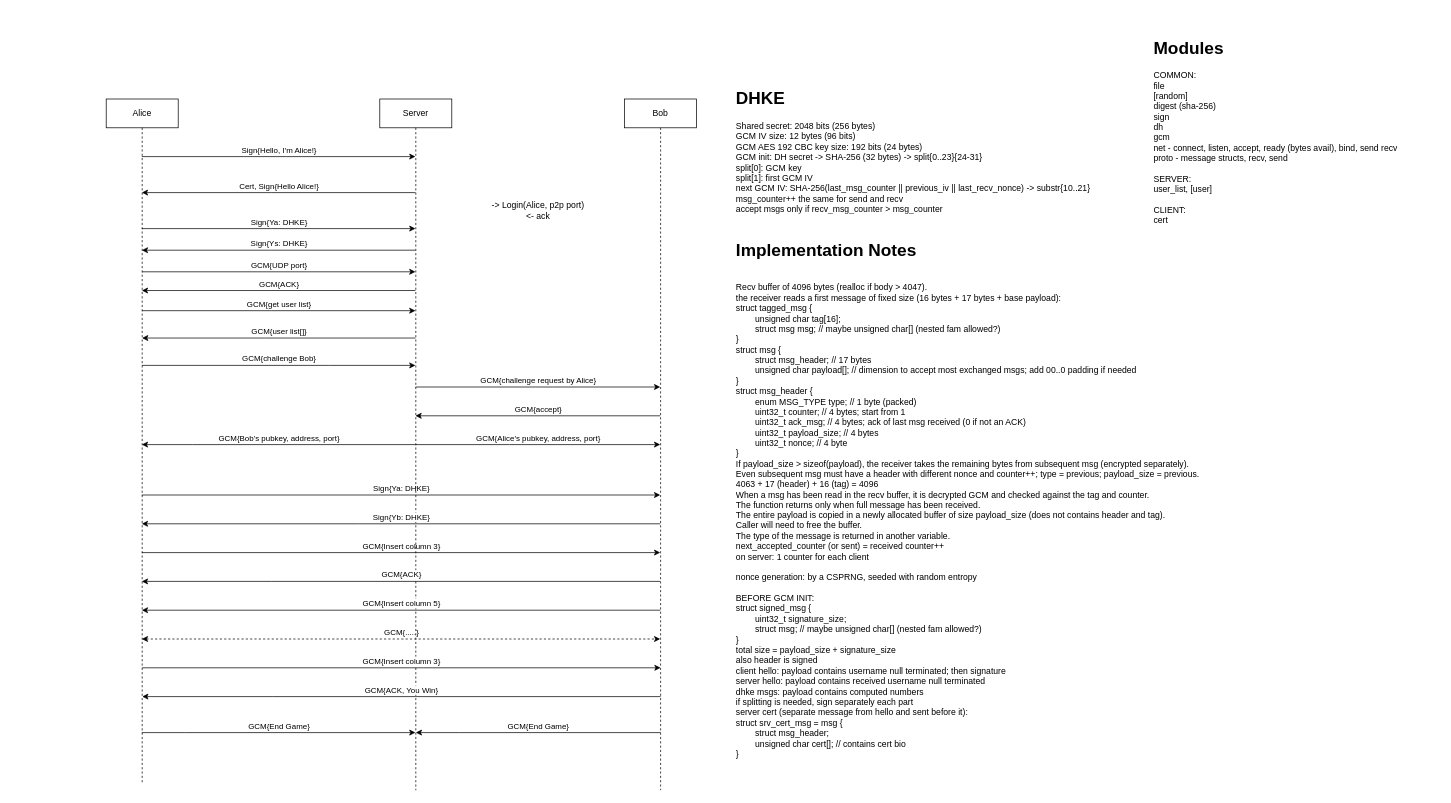
Earlier version of the draw.io diagram diagrams/proto.drawio (SpeedJack/foc-fiar). Source tidied: cells renumbered, new cells numbered last; positions are measured from the earlier drawing's top-left corner, leaving out a move shared by most shapes. Both pictures are drawn from the tidied source at 72%, with x=0, y=0 at pixel (106, 34).
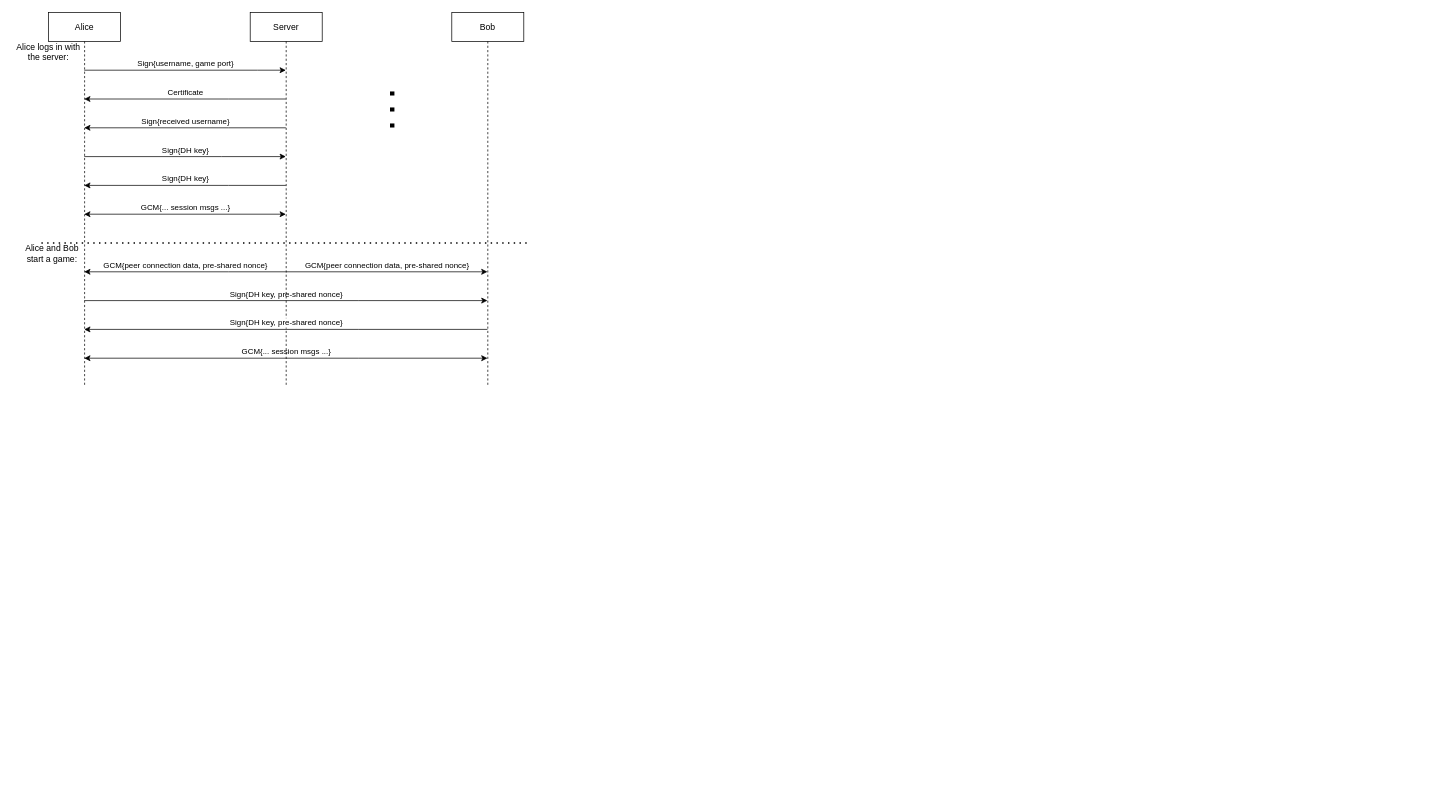
The same page after the edit.

Commit message:
Add key establishment diagram

Diff of the diagram source:
```diff
@@
-    <mxCell id="0" />
-    <mxCell id="1" parent="0" />
-    <mxCell id="2" value="Sign{Hello, I'm Alice!}" style="rounded=0;jettySize=auto;html=1;labelPosition=center;verticalLabelPosition=top;align=center;verticalAlign=bottom;" parent="1" edge="1" source="11" target="18">
-      <mxGeometry relative="1" as="geometry">
-        <Array as="points">
-          <mxPoint x="250" y="170" />
-        </Array>
-      </mxGeometry>
-    </mxCell>
-    <mxCell id="3" value="Sign{Ya: DHKE}" style="edgeStyle=none;rounded=0;jettySize=auto;html=1;labelPosition=center;verticalLabelPosition=top;align=center;verticalAlign=bottom;" parent="1" edge="1" source="11" target="18">
-      <mxGeometry relative="1" as="geometry">
-        <Array as="points">
-          <mxPoint x="230" y="270" />
-        </Array>
-      </mxGeometry>
-    </mxCell>
-    <mxCell id="4" value="GCM{get user list}" style="edgeStyle=none;rounded=0;orthogonalLoop=1;jettySize=auto;html=1;labelPosition=center;verticalLabelPosition=top;align=center;verticalAlign=bottom;" parent="1" edge="1">
-      <mxGeometry relative="1" as="geometry">
-        <mxPoint x="49.8" y="384" as="sourcePoint" />
-        <mxPoint x="429.5" y="384" as="targetPoint" />
-        <Array as="points">
-          <mxPoint x="230" y="384" />
-        </Array>
-      </mxGeometry>
-    </mxCell>
-    <mxCell id="5" value="GCM{challenge Bob}" style="edgeStyle=none;rounded=0;orthogonalLoop=1;jettySize=auto;html=1;labelPosition=center;verticalLabelPosition=top;align=center;verticalAlign=bottom;" parent="1" edge="1">
-      <mxGeometry relative="1" as="geometry">
-        <mxPoint x="49.8" y="460" as="sourcePoint" />
-        <mxPoint x="429.5" y="460" as="targetPoint" />
-        <Array as="points">
-          <mxPoint x="310" y="460" />
-        </Array>
-      </mxGeometry>
-    </mxCell>
-    <mxCell id="6" value="Sign{Ya: DHKE}" style="edgeStyle=none;rounded=0;jettySize=auto;html=1;labelPosition=center;verticalLabelPosition=top;align=center;verticalAlign=bottom;" parent="1" edge="1" source="11" target="23">
-      <mxGeometry relative="1" as="geometry">
-        <Array as="points">
-          <mxPoint x="400" y="640" />
-        </Array>
-      </mxGeometry>
-    </mxCell>
-    <mxCell id="7" value="GCM{Insert column 3}" style="edgeStyle=none;rounded=0;jettySize=auto;html=1;labelPosition=center;verticalLabelPosition=top;align=center;verticalAlign=bottom;" parent="1" edge="1" source="11" target="23">
-      <mxGeometry relative="1" as="geometry">
-        <Array as="points">
-          <mxPoint x="440" y="720" />
-        </Array>
-      </mxGeometry>
-    </mxCell>
-    <mxCell id="8" value="GCM{.....}" style="edgeStyle=none;rounded=0;jettySize=auto;html=1;dashed=1;labelPosition=center;verticalLabelPosition=top;align=center;verticalAlign=bottom;startArrow=classic;startFill=1;" parent="1" edge="1" source="11" target="23">
-      <mxGeometry relative="1" as="geometry">
-        <Array as="points">
-          <mxPoint x="360" y="840" />
-        </Array>
-      </mxGeometry>
-    </mxCell>
-    <mxCell id="9" value="GCM{End Game}" style="edgeStyle=none;rounded=0;jettySize=auto;html=1;startArrow=none;startFill=0;labelPosition=center;verticalLabelPosition=top;align=center;verticalAlign=bottom;" parent="1" edge="1" source="11" target="18">
-      <mxGeometry relative="1" as="geometry">
-        <Array as="points">
-          <mxPoint x="110" y="970" />
-        </Array>
-      </mxGeometry>
-    </mxCell>
-    <mxCell id="10" value="GCM{UDP port}" style="rounded=0;orthogonalLoop=1;jettySize=auto;html=1;labelPosition=center;verticalLabelPosition=top;align=center;verticalAlign=bottom;" parent="1" edge="1">
-      <mxGeometry relative="1" as="geometry">
-        <mxPoint x="49.8" y="330" as="sourcePoint" />
-        <mxPoint x="429.5" y="330" as="targetPoint" />
-      </mxGeometry>
-    </mxCell>
+    <mxCell id="32" />
+    <mxCell id="33" parent="32" />
+    <mxCell id="34" value="Sign{username, game port}" style="rounded=0;jettySize=auto;html=1;labelPosition=center;verticalLabelPosition=top;align=center;verticalAlign=bottom;" parent="33" edge="1" source="11" target="18">
+      <mxGeometry relative="1" as="geometry">
+        <Array as="points">
+          <mxPoint x="210" y="50" />
+        </Array>
+      </mxGeometry>
+    </mxCell>
+    <mxCell id="35" value="Sign{DH key}" style="edgeStyle=none;rounded=0;jettySize=auto;html=1;labelPosition=center;verticalLabelPosition=top;align=center;verticalAlign=bottom;" parent="33" edge="1" source="11" target="18">
+      <mxGeometry relative="1" as="geometry">
+        <Array as="points">
+          <mxPoint x="160" y="170" />
+        </Array>
+      </mxGeometry>
+    </mxCell>
+    <mxCell id="36" value="GCM{... session msgs ...}" style="edgeStyle=none;rounded=0;jettySize=auto;html=1;labelPosition=center;verticalLabelPosition=top;align=center;verticalAlign=bottom;startArrow=classic;startFill=1;" parent="33" edge="1" source="11" target="18">
+      <mxGeometry relative="1" as="geometry">
+        <Array as="points">
+          <mxPoint x="190" y="250" />
+        </Array>
+      </mxGeometry>
+    </mxCell>
+    <mxCell id="37" value="Sign{DH key, pre-shared nonce}" style="edgeStyle=none;rounded=0;jettySize=auto;html=1;labelPosition=center;verticalLabelPosition=top;align=center;verticalAlign=bottom;" parent="33" edge="1" source="11" target="23">
+      <mxGeometry relative="1" as="geometry">
+        <Array as="points">
+          <mxPoint x="350" y="370" />
+        </Array>
+      </mxGeometry>
+    </mxCell>
+    <mxCell id="38" value="GCM{... session msgs ...}" style="edgeStyle=none;rounded=0;jettySize=auto;html=1;labelPosition=center;verticalLabelPosition=top;align=center;verticalAlign=bottom;startArrow=classic;startFill=1;" parent="33" edge="1" source="11" target="23">
+      <mxGeometry relative="1" as="geometry">
+        <Array as="points">
+          <mxPoint x="350" y="450" />
+        </Array>
+      </mxGeometry>
+    </mxCell>
-    <mxCell id="11" value="Alice" style="shape=umlLifeline;perimeter=lifelinePerimeter;whiteSpace=wrap;html=1;outlineConnect=0;" parent="1" vertex="1">
-      <mxGeometry y="90" width="100" height="950" as="geometry" />
+    <mxCell id="11" value="Alice" style="shape=umlLifeline;perimeter=lifelinePerimeter;whiteSpace=wrap;html=1;outlineConnect=0;" parent="33" vertex="1">
+      <mxGeometry x="-80" y="-30" width="100" height="520" as="geometry" />
     </mxCell>
-    <mxCell id="12" value="Cert, Sign{Hello Alice!}" style="edgeStyle=none;rounded=0;jettySize=auto;html=1;labelPosition=center;verticalLabelPosition=top;align=center;verticalAlign=bottom;" parent="1" edge="1" source="18" target="11">
-      <mxGeometry relative="1" as="geometry">
-        <Array as="points">
-          <mxPoint x="230" y="220" />
-        </Array>
-      </mxGeometry>
-    </mxCell>
-    <mxCell id="13" value="Sign{Ys: DHKE}" style="edgeStyle=none;rounded=0;jettySize=auto;html=1;labelPosition=center;verticalLabelPosition=top;align=center;verticalAlign=bottom;" parent="1" edge="1" source="18" target="11">
-      <mxGeometry relative="1" as="geometry">
-        <Array as="points">
-          <mxPoint x="230" y="300" />
-        </Array>
-      </mxGeometry>
-    </mxCell>
-    <mxCell id="14" value="GCM{user list[]}" style="edgeStyle=none;rounded=0;orthogonalLoop=1;jettySize=auto;html=1;labelPosition=center;verticalLabelPosition=top;align=center;verticalAlign=bottom;" parent="1" edge="1">
-      <mxGeometry relative="1" as="geometry">
-        <mxPoint x="429.5" y="422" as="sourcePoint" />
-        <mxPoint x="49.8" y="422" as="targetPoint" />
-        <Array as="points">
-          <mxPoint x="220" y="422" />
-        </Array>
-      </mxGeometry>
-    </mxCell>
-    <mxCell id="15" value="GCM{challenge request by Alice}" style="edgeStyle=none;rounded=0;jettySize=auto;html=1;labelPosition=center;verticalLabelPosition=top;align=center;verticalAlign=bottom;" parent="1" edge="1" source="18" target="23">
-      <mxGeometry relative="1" as="geometry">
-        <Array as="points">
-          <mxPoint x="620" y="490" />
-        </Array>
-      </mxGeometry>
-    </mxCell>
-    <mxCell id="16" value="GCM{Bob's pubkey, address, port}" style="edgeStyle=none;rounded=0;jettySize=auto;html=1;labelPosition=center;verticalLabelPosition=top;align=center;verticalAlign=bottom;" parent="1" edge="1" source="18" target="11">
-      <mxGeometry relative="1" as="geometry">
-        <Array as="points">
-          <mxPoint x="120" y="570" />
-        </Array>
-      </mxGeometry>
-    </mxCell>
-    <mxCell id="17" value="GCM{ACK}" style="edgeStyle=none;rounded=0;orthogonalLoop=1;jettySize=auto;html=1;labelPosition=center;verticalLabelPosition=top;align=center;verticalAlign=bottom;" parent="1" edge="1">
-      <mxGeometry relative="1" as="geometry">
-        <mxPoint x="429.5" y="356" as="sourcePoint" />
-        <mxPoint x="49.5" y="356" as="targetPoint" />
-      </mxGeometry>
-    </mxCell>
+    <mxCell id="39" value="Sign{received username}" style="edgeStyle=none;rounded=0;jettySize=auto;html=1;labelPosition=center;verticalLabelPosition=top;align=center;verticalAlign=bottom;" parent="33" edge="1" source="18" target="11">
+      <mxGeometry relative="1" as="geometry">
+        <Array as="points">
+          <mxPoint x="170" y="130" />
+        </Array>
+      </mxGeometry>
+    </mxCell>
+    <mxCell id="40" value="Certificate" style="edgeStyle=none;rounded=0;jettySize=auto;html=1;labelPosition=center;verticalLabelPosition=top;align=center;verticalAlign=bottom;" parent="33" edge="1" source="18" target="11">
+      <mxGeometry relative="1" as="geometry">
+        <Array as="points">
+          <mxPoint x="170" y="90" />
+        </Array>
+      </mxGeometry>
+    </mxCell>
+    <mxCell id="41" value="Sign{DH key}" style="edgeStyle=none;rounded=0;jettySize=auto;html=1;labelPosition=center;verticalLabelPosition=top;align=center;verticalAlign=bottom;" parent="33" edge="1" source="18" target="11">
+      <mxGeometry relative="1" as="geometry">
+        <Array as="points">
+          <mxPoint x="170" y="210" />
+        </Array>
+      </mxGeometry>
+    </mxCell>
+    <mxCell id="42" value="GCM{peer connection data, pre-shared nonce}" style="edgeStyle=none;rounded=0;jettySize=auto;html=1;labelPosition=center;verticalLabelPosition=top;align=center;verticalAlign=bottom;" parent="33" edge="1" source="18" target="11">
+      <mxGeometry relative="1" as="geometry">
+        <Array as="points">
+          <mxPoint x="170" y="330" />
+        </Array>
+      </mxGeometry>
+    </mxCell>
+    <mxCell id="43" value="GCM{peer connection data, pre-shared nonce}" style="edgeStyle=none;rounded=0;jettySize=auto;html=1;labelPosition=center;verticalLabelPosition=top;align=center;verticalAlign=bottom;" parent="33" edge="1" source="18" target="23">
+      <mxGeometry relative="1" as="geometry">
+        <Array as="points">
+          <mxPoint x="520" y="330" />
+        </Array>
+      </mxGeometry>
+    </mxCell>
-    <mxCell id="18" value="Server" style="shape=umlLifeline;perimeter=lifelinePerimeter;whiteSpace=wrap;html=1;outlineConnect=0;" parent="1" vertex="1">
-      <mxGeometry x="380" y="90" width="100" height="960" as="geometry" />
+    <mxCell id="18" value="Server" style="shape=umlLifeline;perimeter=lifelinePerimeter;whiteSpace=wrap;html=1;outlineConnect=0;" parent="33" vertex="1">
+      <mxGeometry x="200" y="-30" width="100" height="520" as="geometry" />
     </mxCell>
-    <mxCell id="19" value="GCM{accept}" style="edgeStyle=none;rounded=0;jettySize=auto;html=1;labelPosition=center;verticalLabelPosition=top;align=center;verticalAlign=bottom;" parent="1" edge="1" source="23" target="18">
-      <mxGeometry relative="1" as="geometry">
-        <Array as="points">
-          <mxPoint x="580" y="530" />
-        </Array>
-      </mxGeometry>
-    </mxCell>
-    <mxCell id="20" value="Sign{Yb: DHKE}" style="edgeStyle=none;rounded=0;jettySize=auto;html=1;labelPosition=center;verticalLabelPosition=top;align=center;verticalAlign=bottom;" parent="1" edge="1" source="23" target="11">
-      <mxGeometry relative="1" as="geometry">
-        <Array as="points">
-          <mxPoint x="350" y="680" />
-        </Array>
-      </mxGeometry>
-    </mxCell>
-    <mxCell id="21" value="GCM{ACK}" style="edgeStyle=none;rounded=0;jettySize=auto;html=1;labelPosition=center;verticalLabelPosition=top;align=center;verticalAlign=bottom;" parent="1" edge="1" source="23" target="11">
-      <mxGeometry relative="1" as="geometry">
-        <Array as="points">
-          <mxPoint x="230" y="760" />
-        </Array>
-      </mxGeometry>
-    </mxCell>
-    <mxCell id="22" value="GCM{Insert column 5}" style="edgeStyle=none;rounded=0;jettySize=auto;html=1;labelPosition=center;verticalLabelPosition=top;align=center;verticalAlign=bottom;" parent="1" edge="1" source="23" target="11">
-      <mxGeometry relative="1" as="geometry">
-        <Array as="points">
-          <mxPoint x="300" y="800" />
-        </Array>
-      </mxGeometry>
-    </mxCell>
+    <mxCell id="44" value="Sign{DH key, pre-shared nonce}" style="edgeStyle=none;rounded=0;jettySize=auto;html=1;labelPosition=center;verticalLabelPosition=top;align=center;verticalAlign=bottom;" parent="33" edge="1" source="23" target="11">
+      <mxGeometry relative="1" as="geometry">
+        <Array as="points">
+          <mxPoint x="350" y="410" />
+        </Array>
+      </mxGeometry>
+    </mxCell>
-    <mxCell id="23" value="Bob" style="shape=umlLifeline;perimeter=lifelinePerimeter;whiteSpace=wrap;html=1;outlineConnect=0;" parent="1" vertex="1">
-      <mxGeometry x="720" y="90" width="100" height="960" as="geometry" />
+    <mxCell id="23" value="Bob" style="shape=umlLifeline;perimeter=lifelinePerimeter;whiteSpace=wrap;html=1;outlineConnect=0;" parent="33" vertex="1">
+      <mxGeometry x="480" y="-30" width="100" height="520" as="geometry" />
     </mxCell>
-    <mxCell id="24" value="GCM{Alice's pubkey, address, port}" style="edgeStyle=none;rounded=0;jettySize=auto;html=1;labelPosition=center;verticalLabelPosition=top;align=center;verticalAlign=bottom;" parent="1" edge="1" source="18" target="23">
-      <mxGeometry relative="1" as="geometry">
-        <Array as="points">
-          <mxPoint x="560" y="570" />
-        </Array>
-      </mxGeometry>
-    </mxCell>
-    <mxCell id="25" value="GCM{Insert column 3}" style="edgeStyle=none;rounded=0;orthogonalLoop=1;jettySize=auto;html=1;labelPosition=center;verticalLabelPosition=top;align=center;verticalAlign=bottom;" parent="1" edge="1">
-      <mxGeometry relative="1" as="geometry">
-        <mxPoint x="50" y="880" as="sourcePoint" />
-        <mxPoint x="770" y="880" as="targetPoint" />
-        <Array as="points">
-          <mxPoint x="440.5" y="880" />
-        </Array>
-      </mxGeometry>
-    </mxCell>
-    <mxCell id="26" value="GCM{ACK, You Win}" style="edgeStyle=none;rounded=0;orthogonalLoop=1;jettySize=auto;html=1;labelPosition=center;verticalLabelPosition=top;align=center;verticalAlign=bottom;" parent="1" edge="1">
-      <mxGeometry relative="1" as="geometry">
-        <mxPoint x="770" y="920" as="sourcePoint" />
-        <mxPoint x="50" y="920" as="targetPoint" />
-        <Array as="points">
-          <mxPoint x="230.5" y="920" />
-        </Array>
-      </mxGeometry>
-    </mxCell>
-    <mxCell id="27" value="GCM{End Game}" style="edgeStyle=none;rounded=0;orthogonalLoop=1;jettySize=auto;html=1;startArrow=classic;startFill=1;labelPosition=center;verticalLabelPosition=top;align=center;verticalAlign=bottom;endArrow=none;endFill=0;" parent="1" edge="1">
-      <mxGeometry relative="1" as="geometry">
-        <mxPoint x="430" y="970" as="sourcePoint" />
-        <mxPoint x="770" y="970" as="targetPoint" />
-        <Array as="points">
-          <mxPoint x="490.5" y="970" />
-        </Array>
-      </mxGeometry>
-    </mxCell>
-    <mxCell id="28" value="&lt;h1&gt;DHKE&lt;br&gt;&lt;/h1&gt;&lt;div&gt;&lt;div&gt;Shared secret: 2048 bits (256 bytes)&lt;br&gt;&lt;/div&gt;&lt;div&gt;GCM IV size: 12 bytes (96 bits)&lt;br&gt;GCM AES 192 CBC key size: 192 bits (24 bytes)&lt;/div&gt;GCM init: DH secret -&amp;gt; SHA-256 (32 bytes) -&amp;gt; split{0..23}{24-31}&lt;br&gt;split[0]: GCM key&lt;br&gt;split[1]: first GCM IV&lt;br&gt;next GCM IV: SHA-256(last_msg_counter || previous_iv || last_recv_nonce) -&amp;gt; substr{10..21}&lt;br&gt;msg_counter++ the same for send and recv&lt;br&gt;accept msgs only if recv_msg_counter &amp;gt; msg_counter&lt;br&gt;&lt;/div&gt;" style="text;html=1;strokeColor=none;fillColor=none;spacing=5;spacingTop=-20;whiteSpace=wrap;overflow=hidden;rounded=0;" parent="1" vertex="1">
-      <mxGeometry x="870" y="70" width="570" height="190" as="geometry" />
-    </mxCell>
-    <mxCell id="29" value="-&amp;gt; Login(Alice, p2p port)&lt;br&gt;&amp;lt;- ack" style="text;html=1;strokeColor=none;fillColor=none;align=center;verticalAlign=middle;whiteSpace=wrap;rounded=0;" parent="1" vertex="1">
-      <mxGeometry x="500" y="230" width="200" height="30" as="geometry" />
-    </mxCell>
-    <mxCell id="30" value="&lt;h1&gt;Implementation Notes&lt;br&gt;&lt;/h1&gt;&lt;div&gt;&lt;br&gt;&lt;/div&gt;&lt;div&gt;Recv buffer of 4096 bytes (realloc if body &amp;gt; 4047).&lt;br&gt;&lt;/div&gt;&lt;div&gt;the receiver reads a first message of fixed size (16 bytes + 17 bytes + base payload):&lt;br&gt;struct tagged_msg {&lt;br&gt;&amp;nbsp;&amp;nbsp;&amp;nbsp;&amp;nbsp;&amp;nbsp;&amp;nbsp;&amp;nbsp; unsigned char tag[16];&lt;br&gt;&amp;nbsp;&amp;nbsp;&amp;nbsp;&amp;nbsp;&amp;nbsp;&amp;nbsp;&amp;nbsp; struct msg msg; // maybe unsigned char[] (nested fam allowed?)&lt;br&gt;&lt;/div&gt;&lt;div&gt;}&lt;br&gt;struct msg {&lt;br&gt;&lt;/div&gt;&lt;div&gt;&amp;nbsp;&amp;nbsp;&amp;nbsp;&amp;nbsp;&amp;nbsp;&amp;nbsp;&amp;nbsp; struct msg_header; // 17 bytes&lt;br&gt;&lt;/div&gt;&lt;div&gt;&amp;nbsp;&amp;nbsp;&amp;nbsp;&amp;nbsp;&amp;nbsp;&amp;nbsp;&amp;nbsp; unsigned char payload[]; // dimension to accept most exchanged msgs; add 00..0 padding if needed&lt;br&gt;&lt;/div&gt;&lt;div&gt;}&lt;br&gt;struct msg_header {&lt;br&gt;&amp;nbsp;&amp;nbsp;&amp;nbsp;&amp;nbsp;&amp;nbsp;&amp;nbsp;&amp;nbsp; enum MSG_TYPE type; // 1 byte (packed)&lt;br&gt;&lt;/div&gt;&lt;div&gt;&amp;nbsp;&amp;nbsp;&amp;nbsp;&amp;nbsp;&amp;nbsp;&amp;nbsp;&amp;nbsp; uint32_t counter; // 4 bytes; start from 1&lt;br&gt;&amp;nbsp;&amp;nbsp;&amp;nbsp;&amp;nbsp;&amp;nbsp;&amp;nbsp;&amp;nbsp; uint32_t ack_msg; // 4 bytes; ack of last msg received (0 if not an ACK)&lt;br&gt;&amp;nbsp;&amp;nbsp;&amp;nbsp;&amp;nbsp;&amp;nbsp;&amp;nbsp;&amp;nbsp; uint32_t payload_size; // 4 bytes&lt;/div&gt;&lt;div&gt;&amp;nbsp;&amp;nbsp;&amp;nbsp;&amp;nbsp;&amp;nbsp;&amp;nbsp;&amp;nbsp; uint32_t nonce; // 4 byte&lt;br&gt;&lt;/div&gt;&lt;div&gt;}&lt;br&gt;If payload_size &amp;gt; sizeof(payload), the receiver takes the remaining bytes from subsequent msg (encrypted separately).&lt;br&gt;Even subsequent msg must have a header with different nonce and counter++; type = previous; payload_size = previous.&lt;br&gt;4063 + 17 (header) + 16 (tag) = 4096&lt;br&gt;&lt;/div&gt;&lt;div&gt;When a msg has been read in the recv buffer, it is decrypted GCM and checked against the tag and counter.&lt;br&gt;The function returns only when full message has been received.&lt;br&gt;&lt;/div&gt;&lt;div&gt;The entire payload is copied in a newly allocated buffer of size payload_size (does not contains header and tag).&lt;/div&gt;&lt;div&gt;Caller will need to free the buffer.&lt;/div&gt;&lt;div&gt;The type of the message is returned in another variable.&lt;/div&gt;&lt;div&gt;next_accepted_counter (or sent) = received counter++&lt;br&gt;on server: 1 counter for each client&lt;br&gt;&lt;/div&gt;&lt;br&gt;nonce generation: by a CSPRNG, seeded with random entropy&lt;br&gt;&lt;br&gt;&lt;div&gt;BEFORE GCM INIT:&lt;br&gt;struct signed_msg {&lt;br&gt;&amp;nbsp;&amp;nbsp;&amp;nbsp;&amp;nbsp;&amp;nbsp;&amp;nbsp;&amp;nbsp; uint32_t signature_size;&lt;br&gt;&amp;nbsp;&amp;nbsp;&amp;nbsp;&amp;nbsp;&amp;nbsp;&amp;nbsp;&amp;nbsp; struct msg; // maybe unsigned char[] (nested fam allowed?)&lt;br&gt;}&lt;br&gt;total size = payload_size + signature_size&lt;br&gt;also header is signed&lt;br&gt;client hello: payload contains username null terminated; then signature&lt;br&gt;server hello: payload contains received username null terminated&lt;/div&gt;&lt;div&gt;dhke msgs: payload contains computed numbers&lt;br&gt;if splitting is needed, sign separately each part&lt;br&gt;server cert (separate message from hello and sent before it):&lt;br&gt;struct srv_cert_msg = msg {&lt;br&gt;&amp;nbsp;&amp;nbsp;&amp;nbsp;&amp;nbsp;&amp;nbsp;&amp;nbsp;&amp;nbsp; struct msg_header;&lt;br&gt;&amp;nbsp;&amp;nbsp;&amp;nbsp;&amp;nbsp;&amp;nbsp;&amp;nbsp;&amp;nbsp; unsigned char cert[]; // contains cert bio&lt;br&gt;}&lt;br&gt;&lt;/div&gt;&lt;div&gt;&lt;br&gt;&lt;/div&gt;" style="text;html=1;strokeColor=none;fillColor=none;spacing=5;spacingTop=-20;whiteSpace=wrap;overflow=hidden;rounded=0;" parent="1" vertex="1">
-      <mxGeometry x="870" y="280" width="750" height="730" as="geometry" />
-    </mxCell>
-    <mxCell id="31" value="&lt;h1&gt;Modules&lt;/h1&gt;&lt;div&gt;COMMON:&lt;/div&gt;&lt;div&gt;file&lt;/div&gt;&lt;div&gt;[random]&lt;/div&gt;&lt;div&gt;digest (sha-256)&lt;/div&gt;&lt;div&gt;sign&lt;br&gt;&lt;/div&gt;&lt;div&gt;dh&lt;/div&gt;&lt;div&gt;gcm&lt;/div&gt;&lt;div&gt;net - connect, listen, accept, ready (bytes avail), bind, send recv&lt;br&gt;&lt;/div&gt;&lt;div&gt;proto - message structs, recv, send&lt;br&gt;&lt;/div&gt;&lt;div&gt;&lt;br&gt;&lt;/div&gt;&lt;div&gt;SERVER:&lt;/div&gt;&lt;div&gt;user_list, [user]&lt;br&gt;&lt;/div&gt;&lt;div&gt;&lt;br&gt;&lt;/div&gt;&lt;div&gt;CLIENT:&lt;/div&gt;cert" style="text;html=1;strokeColor=none;fillColor=none;spacing=5;spacingTop=-20;whiteSpace=wrap;overflow=hidden;rounded=0;" parent="1" vertex="1">
-      <mxGeometry x="1450" width="400" height="270" as="geometry" />
-    </mxCell>
+    <mxCell id="45" style="endArrow=none;dashed=1;html=1;dashPattern=1 3;strokeWidth=2;" parent="33" edge="1">
+      <mxGeometry relative="1" as="geometry">
+        <mxPoint x="-90" y="290" as="sourcePoint" />
+        <mxPoint x="590" y="290" as="targetPoint" />
+      </mxGeometry>
+    </mxCell>
+    <mxCell id="46" value=". . ." style="text;html=1;strokeColor=none;fillColor=none;align=center;verticalAlign=middle;whiteSpace=wrap;rounded=0;fontStyle=1;fontSize=40;rotation=90;" parent="33" vertex="1">
+      <mxGeometry x="360" y="90" width="100" height="30" as="geometry" />
+    </mxCell>
+    <mxCell id="47" value="Alice and Bob start a game:" style="text;html=1;strokeColor=none;fillColor=none;align=center;verticalAlign=middle;whiteSpace=wrap;rounded=0;fontSize=12;" parent="33" vertex="1">
+      <mxGeometry x="-120" y="290" width="90" height="30" as="geometry" />
+    </mxCell>
+    <mxCell id="48" value="Alice logs in with the server:" style="text;html=1;strokeColor=none;fillColor=none;align=center;verticalAlign=middle;whiteSpace=wrap;rounded=0;fontSize=12;" parent="33" vertex="1">
+      <mxGeometry x="-130" y="10" width="100" height="30" as="geometry" />
+    </mxCell>
```
